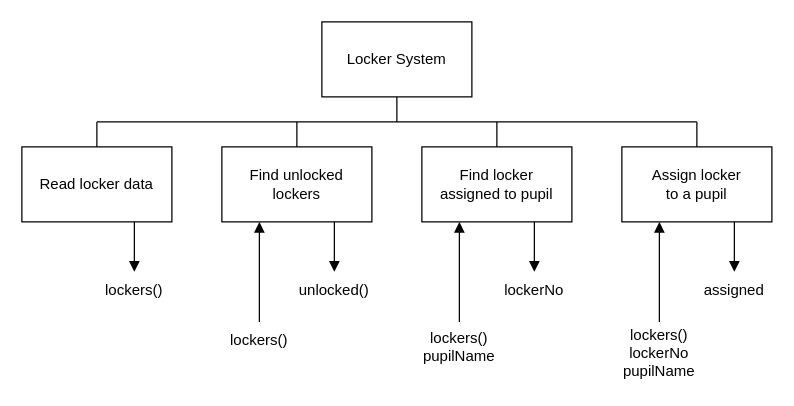
Earlier version of the draw.io diagram page "sd" (7 of 7) of ah-cs/sdd/AH-SDD-Animals/assets/diagrams/AH-SDD-Animals.drawio (MrFriendCS/MrFriendCS.github.io). Source tidied: cells renumbered, new cells numbered last; positions are measured from the earlier drawing's top-left corner, leaving out a move shared by most shapes. Both pictures are drawn from the tidied source at 125%, with x=0, y=0 at pixel (21, 21).
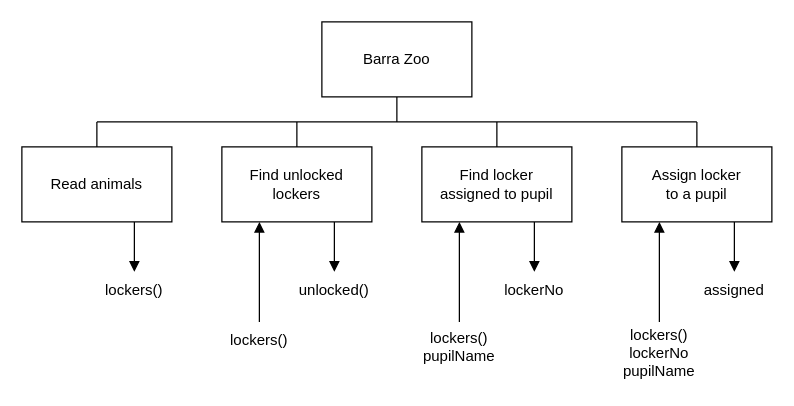
The same diagram, later.

Diff of the diagram source:
```diff
@@
-    <mxCell id="3" value="Locker System" style="rounded=0;whiteSpace=wrap;html=1;fillColor=none;" parent="1" vertex="1">
+    <mxCell id="3" value="Barra Zoo" style="rounded=0;whiteSpace=wrap;html=1;fillColor=none;" parent="1" vertex="1">
       <mxGeometry x="240" width="120" height="60" as="geometry" />
     </mxCell>
@@
-    <mxCell id="6" value="Read locker data" style="rounded=0;whiteSpace=wrap;html=1;fillColor=none;" parent="1" vertex="1">
+    <mxCell id="6" value="Read animals" style="rounded=0;whiteSpace=wrap;html=1;fillColor=none;" parent="1" vertex="1">
       <mxGeometry y="100" width="120" height="60" as="geometry" />
     </mxCell>
```
